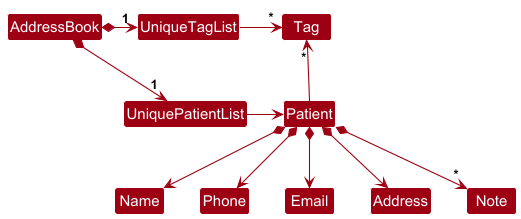
Before: docs/images/BetterModelClassDiagram.png, a diagram exported from PlantUML (danplatypus30/tp).
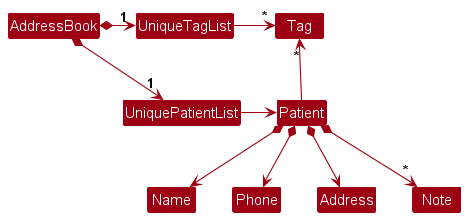
The same file after the commit.

Diff of the diagram source:
```diff
@@ -16,7 +16,6 @@
 
 Patient *--> Name
 Patient *--> Phone
-Patient *--> Email
 Patient *--> Address
 Patient *--> "*" Note
 @enduml
```
